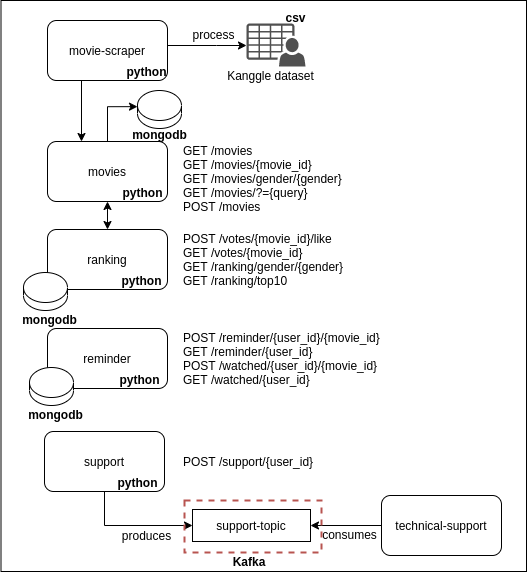
The draw.io diagram assets/architecture.png in victoramsantos/netflix-backend, before a commit. Source tidied: cells renumbered, new cells last; positions are measured from the earlier drawing's top-left corner, leaving out a move shared by most shapes.
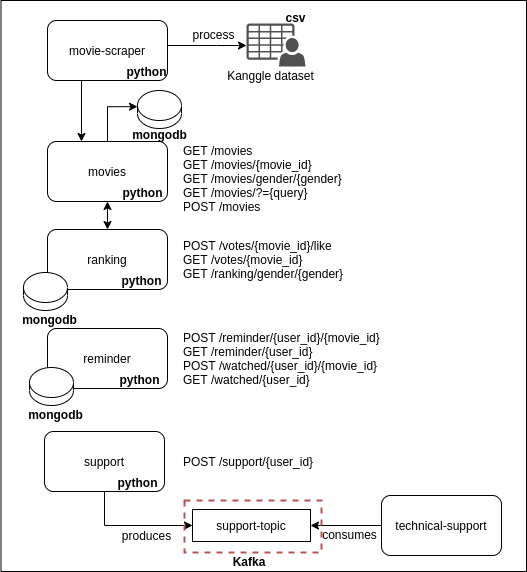
After the change.

Diff of the diagram source:
```diff
@@ -75,8 +75,8 @@
     <mxCell id="19" value="GET /movies&lt;br&gt;GET /movies/{movie_id}&lt;br&gt;GET /movies/gender/{gender}&lt;br&gt;GET /movies/?={query}&lt;br&gt;POST /movies" style="text;html=1;align=left;verticalAlign=middle;" parent="1" vertex="1">
       <mxGeometry x="181" y="141" width="169" height="74" as="geometry" />
     </mxCell>
-    <mxCell id="20" value="POST /votes/{movie_id}/like&lt;br&gt;&lt;div&gt;&lt;span&gt;GET /votes/{movie_id}&lt;br&gt;&lt;/span&gt;GET /ranking/gender/{gender}&lt;br&gt;GET /ranking/top10&lt;span&gt;&lt;br&gt;&lt;/span&gt;&lt;/div&gt;" style="text;html=1;align=left;verticalAlign=middle;" parent="1" vertex="1">
-      <mxGeometry x="181" y="229" width="170" height="60" as="geometry" />
+    <mxCell id="20" value="POST /votes/{movie_id}/like&lt;br&gt;&lt;div&gt;&lt;span&gt;GET /votes/{movie_id}&lt;br&gt;&lt;/span&gt;GET /ranking/gender/{gender}&lt;span&gt;&lt;br&gt;&lt;/span&gt;&lt;/div&gt;" style="text;html=1;align=left;verticalAlign=middle;" parent="1" vertex="1">
+      <mxGeometry x="181" y="236" width="170" height="46" as="geometry" />
     </mxCell>
     <mxCell id="21" style="shape=cylinder2;whiteSpace=wrap;html=1;boundedLbl=1;backgroundOutline=1;size=15;strokeWidth=1;" parent="1" vertex="1">
       <mxGeometry x="29" y="367" width="44" height="38" as="geometry" />
```
